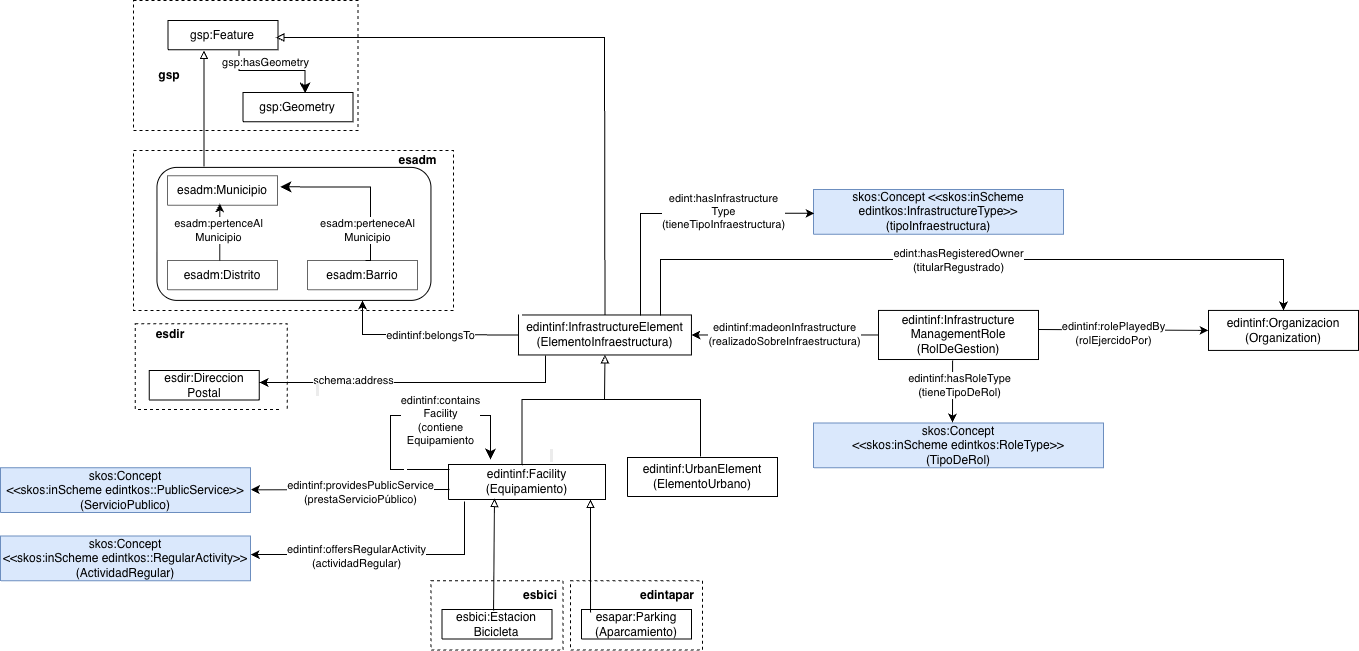
This is documentation/images/diagrama-conceptual-General.png from EDINT-Ontologia/edint-ontologia-infraestructura, a draw.io export, as it was before one commit. Source tidied: cells renumbered, new cells last; positions are measured from the earlier drawing's top-left corner, leaving out a move shared by most shapes.
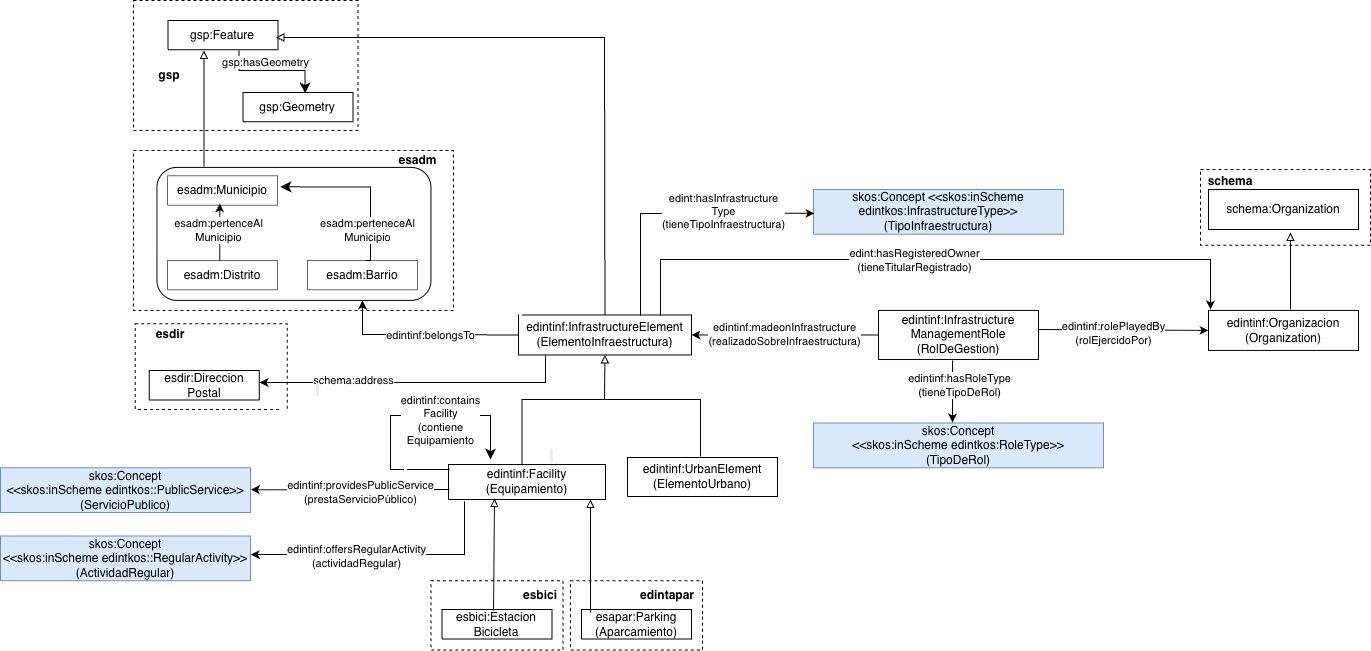
After the change.

Diff of the diagram source:
```diff
@@ -2,6 +2,9 @@
   <root>
     <mxCell id="0" />
     <mxCell id="1" parent="0" />
+    <mxCell id="64" style="rounded=0;whiteSpace=wrap;html=1;fillColor=none;dashed=1;fontSize=11;" parent="1" vertex="1">
+      <mxGeometry x="1200" y="169" width="170" height="75.6" as="geometry" />
+    </mxCell>
     <mxCell id="2" style="rounded=0;whiteSpace=wrap;html=1;fillColor=none;dashed=1;fontSize=11;" parent="1" vertex="1">
       <mxGeometry x="430.5" y="580.3" width="132" height="69.3" as="geometry" />
     </mxCell>
@@ -32,7 +35,7 @@
         <mxPoint x="25" y="3" as="offset" />
       </mxGeometry>
     </mxCell>
-    <mxCell id="10" value="&lt;font style=&quot;font-size: 12px;&quot;&gt;skos:Concept&amp;nbsp;&lt;/font&gt;&lt;span style=&quot;font-size: 12px; background-color: transparent; color: light-dark(rgb(0, 0, 0), rgb(255, 255, 255));&quot;&gt;&amp;lt;&amp;lt;skos:inScheme edintkos:InfrastructureType&amp;gt;&amp;gt;&lt;/span&gt;&lt;div&gt;&lt;span style=&quot;font-size: 12px; background-color: transparent; color: light-dark(rgb(0, 0, 0), rgb(255, 255, 255));&quot;&gt;(tipoInfraestructura)&lt;/span&gt;&lt;/div&gt;" style="verticalAlign=middle;align=center;vsdxID=334;shape=(stored shape, 160 characters);labelBackgroundColor=none;rounded=0;html=1;whiteSpace=wrap;fillColor=#dae8fc;strokeColor=#6c8ebf;fontSize=11;" parent="1" vertex="1">
+    <mxCell id="10" value="&lt;font style=&quot;font-size: 12px;&quot;&gt;skos:Concept&amp;nbsp;&lt;/font&gt;&lt;span style=&quot;font-size: 12px; background-color: transparent; color: light-dark(rgb(0, 0, 0), rgb(255, 255, 255));&quot;&gt;&amp;lt;&amp;lt;skos:inScheme edintkos:InfrastructureType&amp;gt;&amp;gt;&lt;/span&gt;&lt;div&gt;&lt;span style=&quot;font-size: 12px; background-color: transparent; color: light-dark(rgb(0, 0, 0), rgb(255, 255, 255));&quot;&gt;(TipoInfraestructura)&lt;/span&gt;&lt;/div&gt;" style="verticalAlign=middle;align=center;vsdxID=334;shape=(stored shape, 160 characters);labelBackgroundColor=none;rounded=0;html=1;whiteSpace=wrap;fillColor=#dae8fc;strokeColor=#6c8ebf;fontSize=11;" parent="1" vertex="1">
       <mxGeometry x="813" y="189" width="250" height="44.7" as="geometry" />
     </mxCell>
     <mxCell id="11" style="rounded=0;whiteSpace=wrap;html=1;fillColor=none;dashed=1;fontSize=12;" parent="1" vertex="1">
@@ -260,15 +263,17 @@
     <mxCell id="58" value="edintinf:rolePlayedBy&lt;div&gt;(rolEjercidoPor)&lt;/div&gt;" style="edgeLabel;html=1;align=center;verticalAlign=middle;" parent="57" vertex="1">
       <mxGeometry x="-0.12" y="-3" relative="1" as="geometry" />
     </mxCell>
-    <mxCell id="59" style="endArrow=classic;html=1;rounded=0;exitX=0.821;exitY=0.013;exitDx=0;exitDy=0;exitPerimeter=0;entryX=0.5;entryY=0;entryDx=0;entryDy=0;" parent="1" edge="1" source="19" target="15">
+    <mxCell id="59" style="endArrow=classic;html=1;rounded=0;exitX=0.821;exitY=0.013;exitDx=0;exitDy=0;exitPerimeter=0;" parent="1" edge="1" source="19">
       <mxGeometry relative="1" as="geometry">
+        <mxPoint x="1210" y="309" as="targetPoint" />
         <Array as="points">
           <mxPoint x="660" y="258.9" />
-          <mxPoint x="1283" y="259" />
+          <mxPoint x="1210" y="259" />
+          <mxPoint x="1210" y="279" />
         </Array>
       </mxGeometry>
     </mxCell>
-    <mxCell id="60" value="edint:hasRegisteredOwner&lt;div&gt;(titularRegustrado)&lt;/div&gt;" style="edgeLabel;html=1;align=center;verticalAlign=middle;" parent="59" vertex="1">
+    <mxCell id="60" value="edint:hasRegisteredOwner&lt;div&gt;(tieneTitularRegistrado)&lt;/div&gt;" style="edgeLabel;html=1;align=center;verticalAlign=middle;" parent="59" vertex="1">
       <mxGeometry x="0.18" y="-1" relative="1" as="geometry">
         <mxPoint x="-76" as="offset" />
       </mxGeometry>
@@ -282,5 +287,16 @@
     <mxCell id="63" value="&lt;div&gt;&lt;div&gt;&lt;font style=&quot;font-size: 12px;&quot;&gt;edintapar&lt;/font&gt;&lt;/div&gt;&lt;/div&gt;" style="text;html=1;whiteSpace=wrap;strokeColor=none;fillColor=none;align=center;verticalAlign=middle;rounded=0;fontStyle=1;fontFamily=Helvetica;fontSize=11;fontColor=default;" parent="1" vertex="1">
       <mxGeometry x="627" y="580.3" width="80" height="28.7" as="geometry" />
     </mxCell>
+    <mxCell id="65" value="schema:Organization" style="rounded=0;whiteSpace=wrap;html=1;" parent="1" vertex="1">
+      <mxGeometry x="1208" y="189" width="150" height="40" as="geometry" />
+    </mxCell>
+    <mxCell id="66" style="endArrow=block;html=1;rounded=0;endFill=0;entryX=0.547;entryY=1.075;entryDx=0;entryDy=0;entryPerimeter=0;" parent="1" edge="1" target="65">
+      <mxGeometry relative="1" as="geometry">
+        <mxPoint x="1290" y="309" as="sourcePoint" />
+      </mxGeometry>
+    </mxCell>
+    <mxCell id="67" value="&lt;div&gt;&lt;div&gt;&lt;font style=&quot;font-size: 12px;&quot;&gt;schema&lt;/font&gt;&lt;/div&gt;&lt;/div&gt;" style="text;html=1;whiteSpace=wrap;strokeColor=none;fillColor=none;align=center;verticalAlign=middle;rounded=0;fontStyle=1;fontFamily=Helvetica;fontSize=11;fontColor=default;" parent="1" vertex="1">
+      <mxGeometry x="1190" y="166.9" width="80" height="28.7" as="geometry" />
+    </mxCell>
   </root>
 </mxGraphModel>
```
